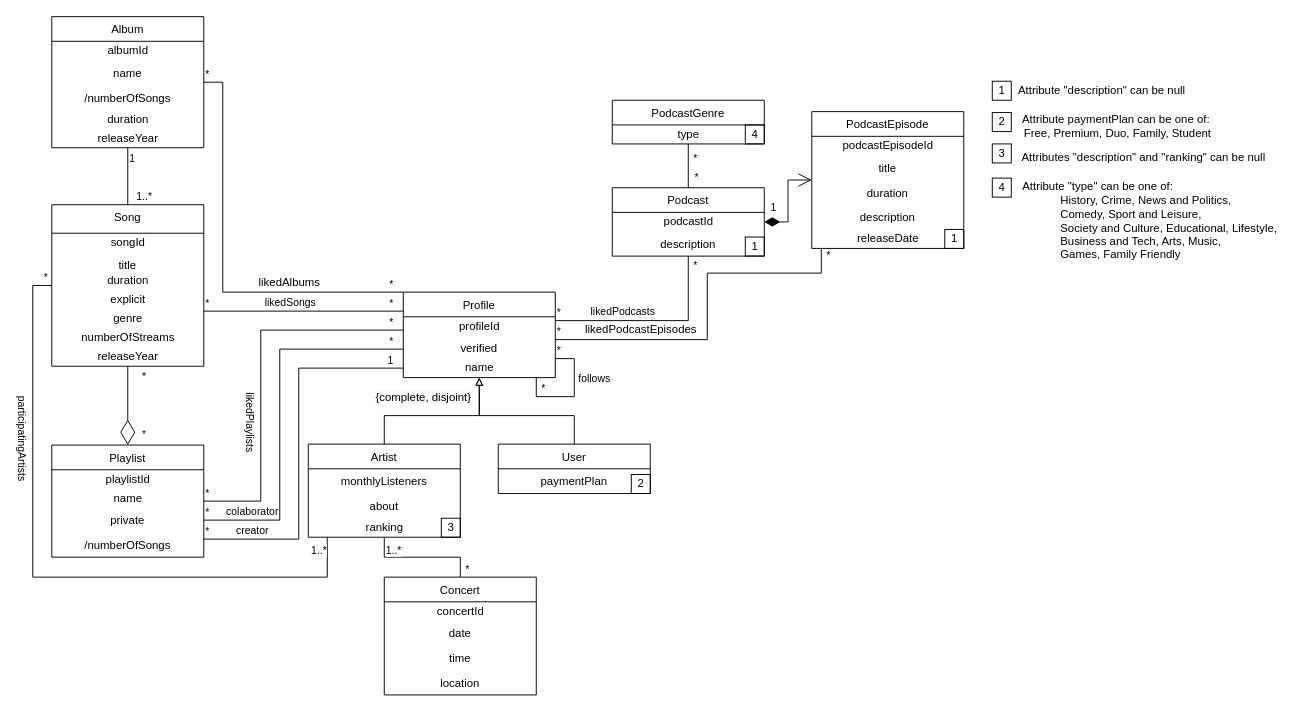
The draw.io diagram page "Page-2" (2 of 2) of Spotify-class-diag.drawio in Naapperas/feup-bd, before the edit. Source tidied: cells renumbered, new cells numbered last; positions are measured from the earlier drawing's top-left corner, leaving out a move shared by most shapes. Both pictures are drawn from the tidied source at 95%, with x=0, y=0 at pixel (32, 16).
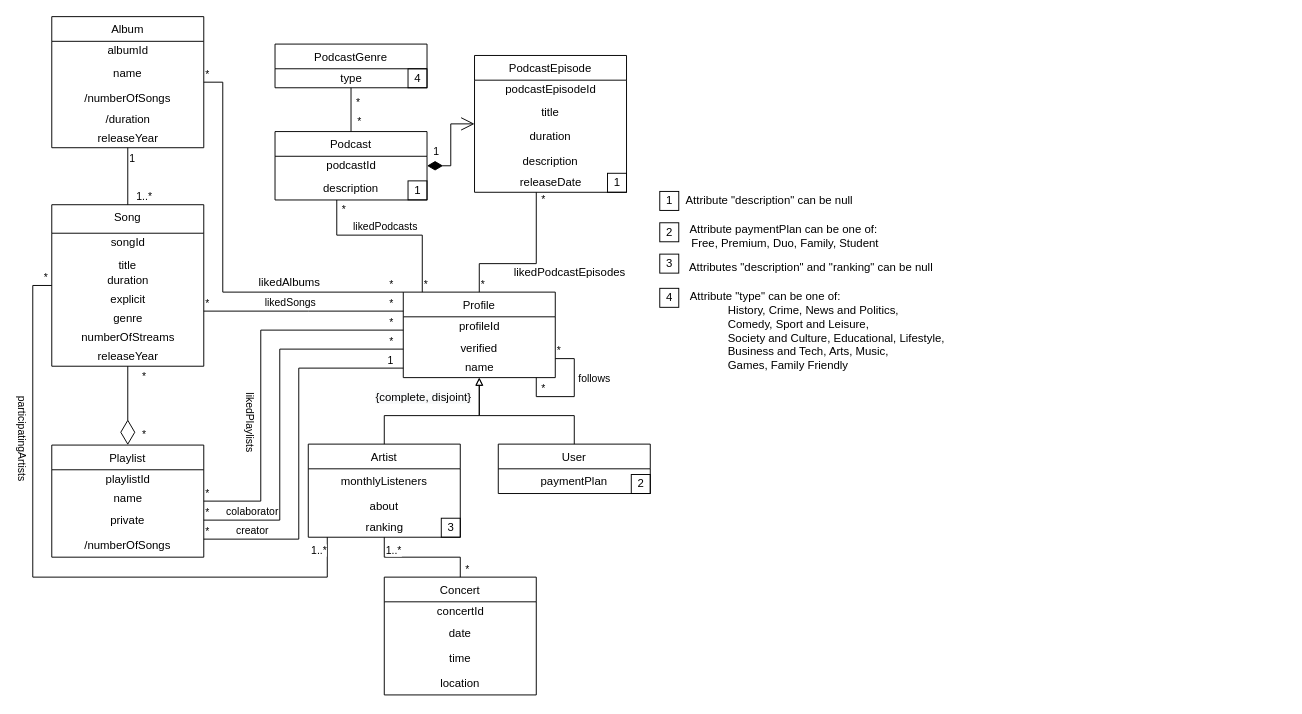
After the change.

Commit message:
Compacted UML

The change refers to these unchanged cells:
```xml
<mxCell id="10" value="Album" style="swimlane;fontStyle=0;horizontal=1;startSize=26;fillColor=none;align=center;" parent="1" vertex="1">
  <mxGeometry x="20" width="160" height="138" as="geometry" />
</mxCell>
<mxCell id="16" value="Profile" style="swimlane;fontStyle=0;horizontal=1;startSize=26;fillColor=none;align=center;" parent="1" vertex="1">
  <mxGeometry x="390" y="290" width="160" height="90" as="geometry" />
</mxCell>
```

Change to the diagram source:
```diff
@@
-    <mxCell id="14" value="duration" style="text;html=1;align=center;verticalAlign=middle;strokeColor=none;fillColor=none;" parent="10" vertex="1">
+    <mxCell id="14" value="/duration" style="text;html=1;align=center;verticalAlign=middle;strokeColor=none;fillColor=none;" parent="10" vertex="1">
       <mxGeometry y="98" width="160" height="20" as="geometry" />
     </mxCell>
@@
     <mxCell id="39" value="Podcast" style="swimlane;fontStyle=0;horizontal=1;startSize=26;fillColor=none;align=center;" parent="1" vertex="1">
-      <mxGeometry x="610" y="180.1" width="160" height="72" as="geometry" />
+      <mxGeometry x="255" y="121" width="160" height="72" as="geometry" />
     </mxCell>
@@
     <mxCell id="42" value="PodcastGenre" style="swimlane;fontStyle=0;horizontal=1;startSize=26;fillColor=none;align=center;" parent="1" vertex="1">
-      <mxGeometry x="610" y="88" width="160" height="46" as="geometry" />
+      <mxGeometry x="255" y="28.9" width="160" height="46" as="geometry" />
     </mxCell>
@@
     <mxCell id="44" value="PodcastEpisode" style="swimlane;fontStyle=0;horizontal=1;startSize=26;fillColor=none;align=center;" parent="1" vertex="1">
-      <mxGeometry x="820" y="100" width="160" height="144" as="geometry" />
+      <mxGeometry x="465" y="40.9" width="160" height="144" as="geometry" />
     </mxCell>
@@
     <mxCell id="53" style="endArrow=none;html=1;edgeStyle=orthogonalEdgeStyle;rounded=0;" parent="1" edge="1" source="16" target="39">
       <mxGeometry relative="1" as="geometry">
         <Array as="points">
-          <mxPoint x="690" y="320" />
+          <mxPoint x="410" y="230" />
+          <mxPoint x="320" y="230" />
         </Array>
       </mxGeometry>
     </mxCell>
@@
     <mxCell id="56" value="likedPodcasts" style="edgeLabel;html=1;align=center;verticalAlign=middle;" parent="53" vertex="1">
       <mxGeometry x="-0.75" y="-1" relative="1" as="geometry">
-        <mxPoint x="44" y="-11" as="offset" />
+        <mxPoint x="-41" y="-47" as="offset" />
       </mxGeometry>
     </mxCell>
     <mxCell id="57" style="endArrow=none;html=1;edgeStyle=orthogonalEdgeStyle;rounded=0;" parent="1" edge="1" source="16" target="44">
       <mxGeometry relative="1" as="geometry">
         <Array as="points">
-          <mxPoint x="710" y="340" />
-          <mxPoint x="710" y="270" />
-          <mxPoint x="830" y="270" />
+          <mxPoint x="470" y="260" />
+          <mxPoint x="530" y="260" />
         </Array>
       </mxGeometry>
     </mxCell>
@@
-    <mxCell id="60" value="likedPodcastEpisodes" style="text;html=1;align=center;verticalAlign=middle;strokeColor=none;fillColor=none;" parent="1" vertex="1">
-      <mxGeometry x="575" y="320" width="130" height="20" as="geometry" />
+    <mxCell id="60" value="likedPodcastEpisodes" style="text;html=1;align=center;verticalAlign=middle;strokeColor=none;fillColor=none;rotation=0;" parent="1" vertex="1">
+      <mxGeometry x="500" y="260" width="130" height="20" as="geometry" />
     </mxCell>
@@
     <mxCell id="65" value="1" style="text;html=1;align=center;verticalAlign=middle;strokeColor=default;fillColor=none;" parent="1" vertex="1">
-      <mxGeometry x="750" y="232" width="20" height="20" as="geometry" />
+      <mxGeometry x="395" y="172.9" width="20" height="20" as="geometry" />
     </mxCell>
     <mxCell id="66" value="1" style="text;html=1;align=center;verticalAlign=middle;strokeColor=default;fillColor=none;" parent="1" vertex="1">
-      <mxGeometry x="960" y="224" width="20" height="20" as="geometry" />
+      <mxGeometry x="605" y="164.9" width="20" height="20" as="geometry" />
     </mxCell>
@@
     <mxCell id="70" value="1" style="text;html=1;align=center;verticalAlign=middle;strokeColor=default;fillColor=none;" parent="1" vertex="1">
-      <mxGeometry x="1010" y="68" width="20" height="20" as="geometry" />
+      <mxGeometry x="660" y="184" width="20" height="20" as="geometry" />
     </mxCell>
     <mxCell id="71" value="Attribute &quot;description&quot; can be null&lt;br&gt;" style="text;html=1;align=center;verticalAlign=middle;strokeColor=none;fillColor=none;" parent="1" vertex="1">
-      <mxGeometry x="1030" y="68" width="190" height="20" as="geometry" />
+      <mxGeometry x="680" y="184" width="190" height="20" as="geometry" />
     </mxCell>
@@
     <mxCell id="103" value="Attribute paymentPlan can be one of: &lt;br&gt;&lt;span style=&quot;white-space: pre&quot;&gt; &lt;/span&gt;Free, Premium, Duo, Family, Student" style="text;html=1;align=center;verticalAlign=middle;strokeColor=none;fillColor=none;" parent="1" vertex="1">
-      <mxGeometry x="1020" y="100" width="240" height="30" as="geometry" />
+      <mxGeometry x="670" y="216" width="240" height="30" as="geometry" />
     </mxCell>
@@
     <mxCell id="105" value="2" style="text;html=1;align=center;verticalAlign=middle;strokeColor=default;fillColor=none;" parent="1" vertex="1">
-      <mxGeometry x="1010" y="101" width="20" height="20" as="geometry" />
+      <mxGeometry x="660" y="217" width="20" height="20" as="geometry" />
     </mxCell>
     <mxCell id="106" value="3" style="text;html=1;align=center;verticalAlign=middle;strokeColor=default;fillColor=none;" parent="1" vertex="1">
-      <mxGeometry x="1010" y="134" width="20" height="20" as="geometry" />
+      <mxGeometry x="660" y="250" width="20" height="20" as="geometry" />
     </mxCell>
@@
     <mxCell id="108" value="Attributes &quot;description&quot; and &quot;ranking&quot; can be null" style="text;html=1;align=center;verticalAlign=middle;strokeColor=none;fillColor=none;" parent="1" vertex="1">
-      <mxGeometry x="1034" y="138" width="270" height="20" as="geometry" />
+      <mxGeometry x="684" y="254" width="270" height="20" as="geometry" />
     </mxCell>
     <mxCell id="109" value="4" style="text;html=1;align=center;verticalAlign=middle;strokeColor=default;fillColor=none;" parent="1" vertex="1">
-      <mxGeometry x="1010" y="170" width="20" height="20" as="geometry" />
+      <mxGeometry x="660" y="286" width="20" height="20" as="geometry" />
     </mxCell>
     <mxCell id="110" value="4" style="text;html=1;align=center;verticalAlign=middle;strokeColor=default;fillColor=none;" parent="1" vertex="1">
-      <mxGeometry x="750" y="114" width="20" height="20" as="geometry" />
+      <mxGeometry x="395" y="54.9" width="20" height="20" as="geometry" />
     </mxCell>
     <mxCell id="111" value="Attribute &quot;type&quot; can be one of:&lt;br&gt;&lt;blockquote style=&quot;margin: 0 0 0 40px ; border: none ; padding: 0px&quot;&gt;History, Crime, News and Politics,&lt;br&gt;Comedy, Sport and Leisure,&lt;br&gt; Society and Culture, Educational, Lifestyle,&lt;br&gt; Business and Tech, Arts, Music,&lt;/blockquote&gt;&lt;blockquote style=&quot;margin: 0 0 0 40px ; border: none ; padding: 0px&quot;&gt;Games, Family Friendly&lt;/blockquote&gt;" style="text;html=1;align=left;verticalAlign=middle;strokeColor=none;fillColor=none;" parent="1" vertex="1">
-      <mxGeometry x="1040" y="170" width="280" height="90" as="geometry" />
+      <mxGeometry x="690" y="286" width="280" height="90" as="geometry" />
     </mxCell>
```
